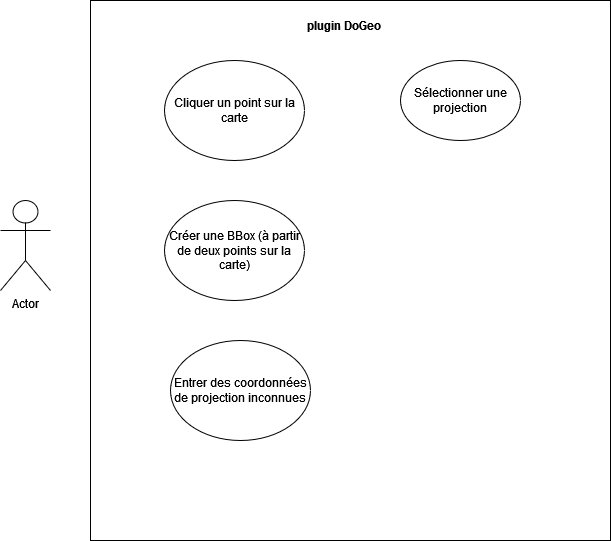
Earlier version of the draw.io export diag_UseCases.png (leonielrx/ProjetInfo_DoGeo). Source tidied: cells renumbered, new cells last; positions are measured from the earlier drawing's top-left corner, leaving out a move shared by most shapes.
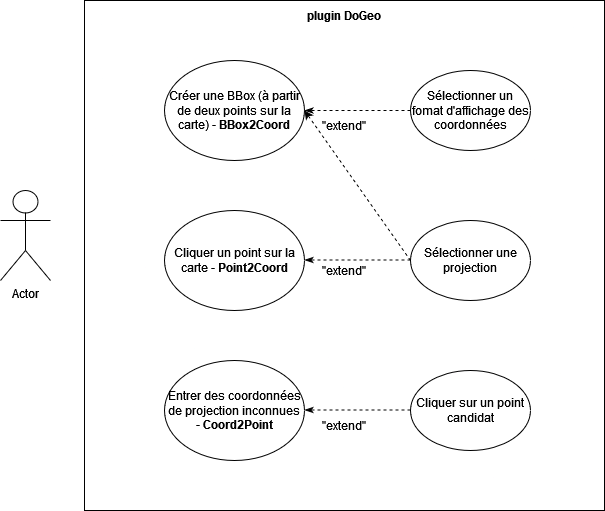
After the commit.

Commit message:
Mettre à jour diag_UseCases.png

Diff of the diagram source:
```diff
@@ -6,22 +6,55 @@
       <mxGeometry y="200" width="50" height="90" as="geometry" />
     </mxCell>
     <mxCell id="3" style="verticalLabelPosition=bottom;verticalAlign=top;html=1;shape=mxgraph.basic.rect;fillColor2=none;strokeWidth=1;size=20;indent=5;" parent="1" vertex="1">
-      <mxGeometry x="90" width="520" height="540" as="geometry" />
+      <mxGeometry x="84" y="10" width="520" height="510" as="geometry" />
     </mxCell>
     <mxCell id="4" value="&lt;b&gt;plugin DoGeo&lt;/b&gt;" style="text;html=1;align=center;verticalAlign=middle;whiteSpace=wrap;rounded=0;" parent="1" vertex="1">
       <mxGeometry x="304" y="10" width="80" height="30" as="geometry" />
     </mxCell>
-    <mxCell id="5" value="Entrer des coordonnées de projection inconnues" style="ellipse;whiteSpace=wrap;html=1;" parent="1" vertex="1">
-      <mxGeometry x="170" y="340" width="140" height="100" as="geometry" />
+    <mxCell id="5" value="Entrer des coordonnées de projection inconnues - &lt;b&gt;Coord2Point&lt;/b&gt;" style="ellipse;whiteSpace=wrap;html=1;" parent="1" vertex="1">
+      <mxGeometry x="164" y="370" width="140" height="100" as="geometry" />
     </mxCell>
-    <mxCell id="6" value="Cliquer un point sur la carte" style="ellipse;whiteSpace=wrap;html=1;" parent="1" vertex="1">
-      <mxGeometry x="164" y="60" width="140" height="100" as="geometry" />
+    <mxCell id="6" value="Cliquer un point sur la carte - &lt;b&gt;Point2Coord&lt;/b&gt;" style="ellipse;whiteSpace=wrap;html=1;" parent="1" vertex="1">
+      <mxGeometry x="164" y="220" width="140" height="100" as="geometry" />
     </mxCell>
-    <mxCell id="7" value="Créer une BBox (à partir de deux points sur la carte)" style="ellipse;whiteSpace=wrap;html=1;" parent="1" vertex="1">
-      <mxGeometry x="164" y="200" width="140" height="100" as="geometry" />
+    <mxCell id="7" value="Créer une BBox (à partir de deux points sur la carte) - &lt;b&gt;BBox2Coord&lt;/b&gt;" style="ellipse;whiteSpace=wrap;html=1;" parent="1" vertex="1">
+      <mxGeometry x="164" y="70" width="140" height="100" as="geometry" />
     </mxCell>
     <mxCell id="8" value="Sélectionner une projection" style="ellipse;whiteSpace=wrap;html=1;" parent="1" vertex="1">
-      <mxGeometry x="400" y="60" width="120" height="80" as="geometry" />
+      <mxGeometry x="410" y="230" width="120" height="80" as="geometry" />
     </mxCell>
+    <mxCell id="9" style="endArrow=classic;dashed=1;html=1;rounded=0;entryX=1;entryY=0.5;entryDx=0;entryDy=0;exitX=0;exitY=0.5;exitDx=0;exitDy=0;endFill=1;" parent="1" edge="1" source="8" target="7">
+      <mxGeometry relative="1" as="geometry" />
+    </mxCell>
+    <mxCell id="10" value="Cliquer sur un point candidat" style="ellipse;whiteSpace=wrap;html=1;" parent="1" vertex="1">
+      <mxGeometry x="410" y="380" width="120" height="80" as="geometry" />
+    </mxCell>
+    <mxCell id="11" style="endArrow=classicThin;dashed=1;html=1;rounded=0;entryX=1;entryY=0.5;entryDx=0;entryDy=0;endFill=1;exitX=0;exitY=0.5;exitDx=0;exitDy=0;" parent="1" edge="1" source="12" target="7">
+      <mxGeometry relative="1" as="geometry" />
+    </mxCell>
+    <mxCell id="12" value="Sélectionner un fomat d'affichage des coordonnées" style="ellipse;whiteSpace=wrap;html=1;" parent="1" vertex="1">
+      <mxGeometry x="410" y="80" width="120" height="80" as="geometry" />
+    </mxCell>
+    <mxCell id="13" style="endArrow=classicThin;dashed=1;html=1;rounded=0;entryX=1;entryY=0.5;entryDx=0;entryDy=0;endFill=1;exitX=0;exitY=0.5;exitDx=0;exitDy=0;" parent="1" edge="1">
+      <mxGeometry relative="1" as="geometry">
+        <mxPoint x="410" y="419.5" as="sourcePoint" />
+        <mxPoint x="304" y="419.5" as="targetPoint" />
+      </mxGeometry>
+    </mxCell>
+    <mxCell id="14" style="endArrow=classicThin;dashed=1;html=1;rounded=0;entryX=1;entryY=0.5;entryDx=0;entryDy=0;endFill=1;exitX=0;exitY=0.5;exitDx=0;exitDy=0;" parent="1" edge="1">
+      <mxGeometry relative="1" as="geometry">
+        <mxPoint x="410" y="269.5" as="sourcePoint" />
+        <mxPoint x="304" y="269.5" as="targetPoint" />
+      </mxGeometry>
+    </mxCell>
+    <mxCell id="15" value="&quot;extend&quot;" style="text;html=1;align=center;verticalAlign=middle;whiteSpace=wrap;rounded=0;" parent="1" vertex="1">
+      <mxGeometry x="314" y="265" width="60" height="30" as="geometry" />
+    </mxCell>
+    <mxCell id="16" value="&quot;extend&quot;" style="text;html=1;align=center;verticalAlign=middle;whiteSpace=wrap;rounded=0;" parent="1" vertex="1">
+      <mxGeometry x="314" y="120" width="60" height="30" as="geometry" />
+    </mxCell>
+    <mxCell id="17" value="&quot;extend&quot;" style="text;html=1;align=center;verticalAlign=middle;whiteSpace=wrap;rounded=0;" parent="1" vertex="1">
+      <mxGeometry x="314" y="420" width="60" height="30" as="geometry" />
+    </mxCell>
   </root>
 </mxGraphModel>
```
